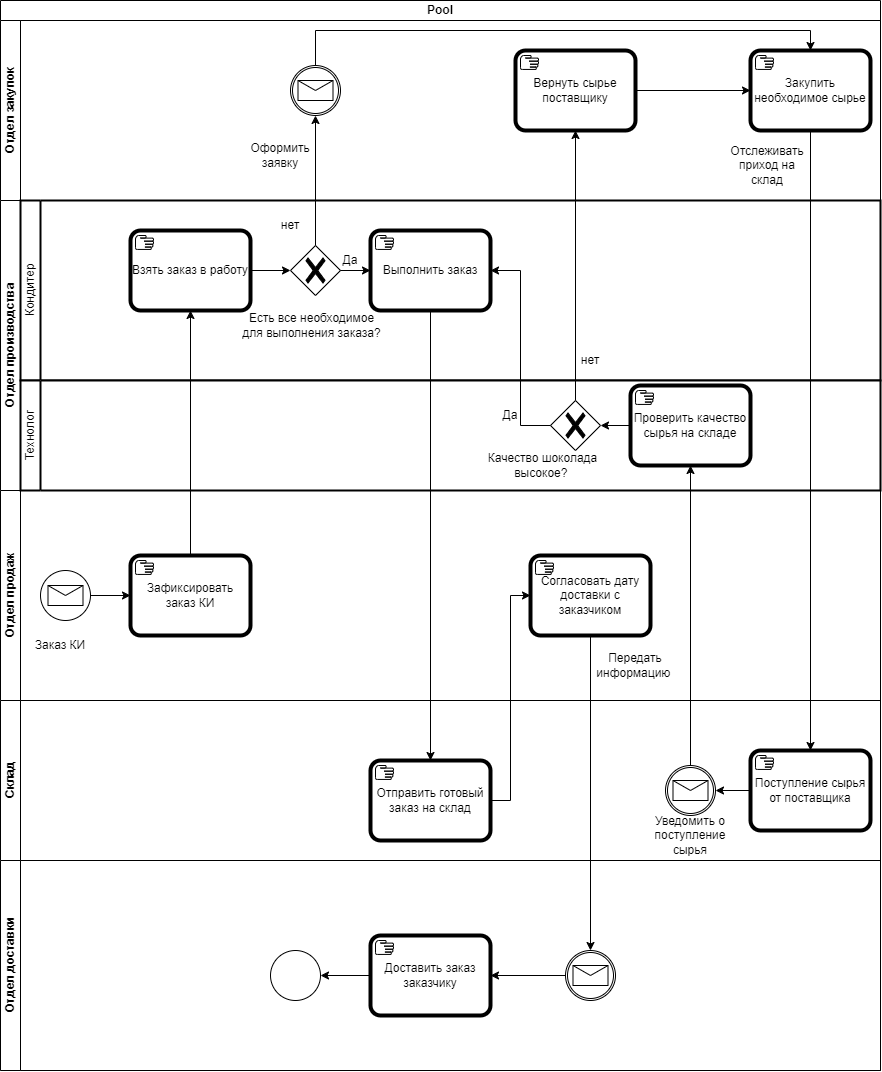
The draw.io diagram BPMN.drawio.png in SofiyaBrodnikova/-educational, before a commit. Source tidied: cells renumbered, new cells last; positions are measured from the earlier drawing's top-left corner, leaving out a move shared by most shapes.
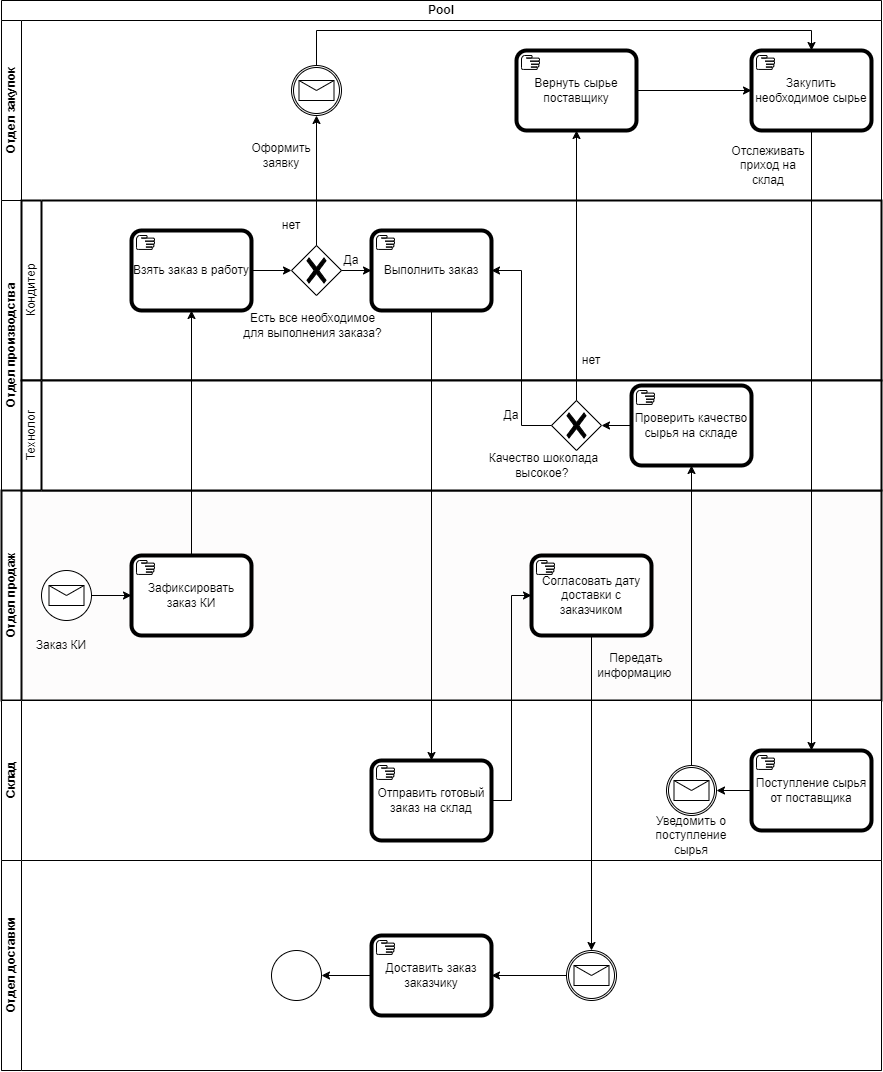
The same diagram one commit later.

Change to the diagram source:
```diff
@@ -2,10 +2,10 @@
   <root>
     <mxCell id="0" />
     <mxCell id="1" parent="0" />
-    <mxCell id="2" value="Pool" style="swimlane;html=1;horizontal=1;startSize=20;whiteSpace=wrap;" parent="1" vertex="1">
+    <mxCell id="2" value="Pool" style="swimlane;html=1;horizontal=1;startSize=20;whiteSpace=wrap;fillColor=#FFFFFF;fillStyle=hatch;swimlaneFillColor=light-dark(#fefbfb, #EDEDED);" parent="1" vertex="1">
       <mxGeometry width="880" height="1070" as="geometry" />
     </mxCell>
-    <mxCell id="3" value="Отдел закупок" style="swimlane;html=1;startSize=20;horizontal=0;" parent="2" vertex="1">
+    <mxCell id="3" value="Отдел закупок" style="swimlane;html=1;startSize=20;horizontal=0;gradientColor=none;fillColor=#FFFFFF;swimlaneFillColor=light-dark(#ffffff, #ededed);" parent="2" vertex="1">
       <mxGeometry y="20" width="880" height="180" as="geometry" />
     </mxCell>
     <mxCell id="4" value="Закупить необходимое сырье" style="points=[[0.25,0,0],[0.5,0,0],[0.75,0,0],[1,0.25,0],[1,0.5,0],[1,0.75,0],[0.75,1,0],[0.5,1,0],[0.25,1,0],[0,0.75,0],[0,0.5,0],[0,0.25,0]];shape=mxgraph.bpmn.task2;whiteSpace=wrap;rectStyle=rounded;size=10;html=1;bpmnShapeType=call;taskMarker=manual;" parent="3" vertex="1">
@@ -62,7 +62,7 @@
     <mxCell id="21" value="нет" style="text;strokeColor=none;align=center;fillColor=none;html=1;verticalAlign=middle;whiteSpace=wrap;rounded=0;" parent="11" vertex="1">
       <mxGeometry x="260" y="10" width="60" height="30" as="geometry" />
     </mxCell>
-    <mxCell id="22" value="Отдел продаж" style="swimlane;html=1;startSize=20;horizontal=0;" parent="2" vertex="1">
+    <mxCell id="22" value="Отдел продаж" style="swimlane;html=1;startSize=20;horizontal=0;strokeColor=light-dark(#080808, #ededed);swimlaneFillColor=light-dark(#fdfcfc, #ededed);strokeWidth=2;" parent="2" vertex="1">
       <mxGeometry y="490" width="880" height="210" as="geometry" />
     </mxCell>
     <mxCell id="23" value="Зафиксировать заказ КИ" style="points=[[0.25,0,0],[0.5,0,0],[0.75,0,0],[1,0.25,0],[1,0.5,0],[1,0.75,0],[0.75,1,0],[0.5,1,0],[0.25,1,0],[0,0.75,0],[0,0.5,0],[0,0.25,0]];shape=mxgraph.bpmn.task2;whiteSpace=wrap;rectStyle=rounded;size=10;html=1;bpmnShapeType=call;taskMarker=manual;" parent="22" vertex="1">
@@ -101,7 +101,7 @@
     <mxCell id="34" value="Передать информацию&amp;nbsp;" style="text;strokeColor=none;align=center;fillColor=none;html=1;verticalAlign=middle;whiteSpace=wrap;rounded=0;" parent="22" vertex="1">
       <mxGeometry x="600" y="160" width="70" height="30" as="geometry" />
     </mxCell>
-    <mxCell id="35" value="Склад" style="swimlane;html=1;startSize=20;horizontal=0;" parent="2" vertex="1">
+    <mxCell id="35" value="Склад" style="swimlane;html=1;startSize=20;horizontal=0;swimlaneFillColor=light-dark(#ffffff, #ededed);" parent="2" vertex="1">
       <mxGeometry y="700" width="880" height="160" as="geometry" />
     </mxCell>
     <mxCell id="36" value="Поступление сырья от поставщика" style="points=[[0.25,0,0],[0.5,0,0],[0.75,0,0],[1,0.25,0],[1,0.5,0],[1,0.75,0],[0.75,1,0],[0.5,1,0],[0.25,1,0],[0,0.75,0],[0,0.5,0],[0,0.25,0]];shape=mxgraph.bpmn.task2;whiteSpace=wrap;rectStyle=rounded;size=10;html=1;bpmnShapeType=call;taskMarker=manual;" parent="35" vertex="1">
@@ -119,7 +119,7 @@
     <mxCell id="40" value="Отправить готовый заказ на склад" style="points=[[0.25,0,0],[0.5,0,0],[0.75,0,0],[1,0.25,0],[1,0.5,0],[1,0.75,0],[0.75,1,0],[0.5,1,0],[0.25,1,0],[0,0.75,0],[0,0.5,0],[0,0.25,0]];shape=mxgraph.bpmn.task2;whiteSpace=wrap;rectStyle=rounded;size=10;html=1;bpmnShapeType=call;taskMarker=manual;" parent="35" vertex="1">
       <mxGeometry x="370" y="60" width="120" height="80" as="geometry" />
     </mxCell>
-    <mxCell id="41" value="Отдел доставки" style="swimlane;html=1;startSize=20;horizontal=0;" parent="2" vertex="1">
+    <mxCell id="41" value="Отдел доставки" style="swimlane;html=1;startSize=20;horizontal=0;swimlaneFillColor=#FFFFFF;" parent="2" vertex="1">
       <mxGeometry y="860" width="880" height="210" as="geometry" />
     </mxCell>
     <mxCell id="42" style="points=[[0.145,0.145,0],[0.5,0,0],[0.855,0.145,0],[1,0.5,0],[0.855,0.855,0],[0.5,1,0],[0.145,0.855,0],[0,0.5,0]];shape=mxgraph.bpmn.event;html=1;verticalLabelPosition=bottom;labelBackgroundColor=#ffffff;verticalAlign=top;align=center;perimeter=ellipsePerimeter;outlineConnect=0;outline=catching;symbol=message;" parent="41" vertex="1">
```
